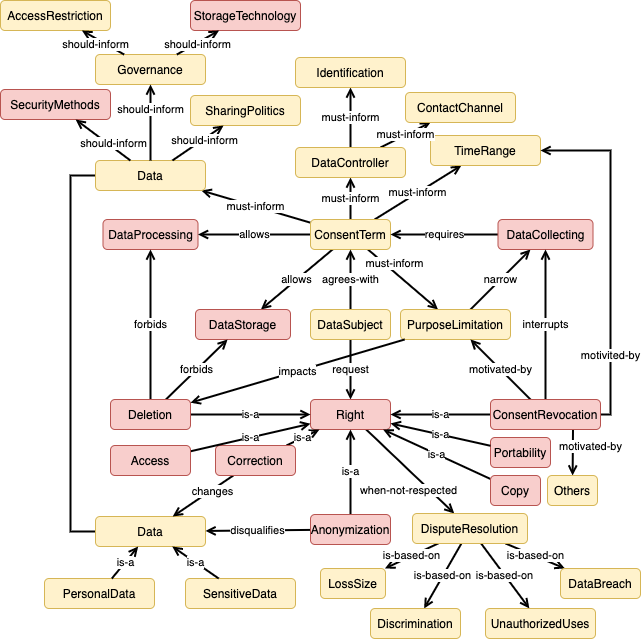
Earlier version of the draw.io export img/InconsistentBehaviorImpact.png (phalves/GoDReP). Source tidied: cells renumbered, new cells last; positions are measured from the earlier drawing's top-left corner, leaving out a move shared by most shapes.
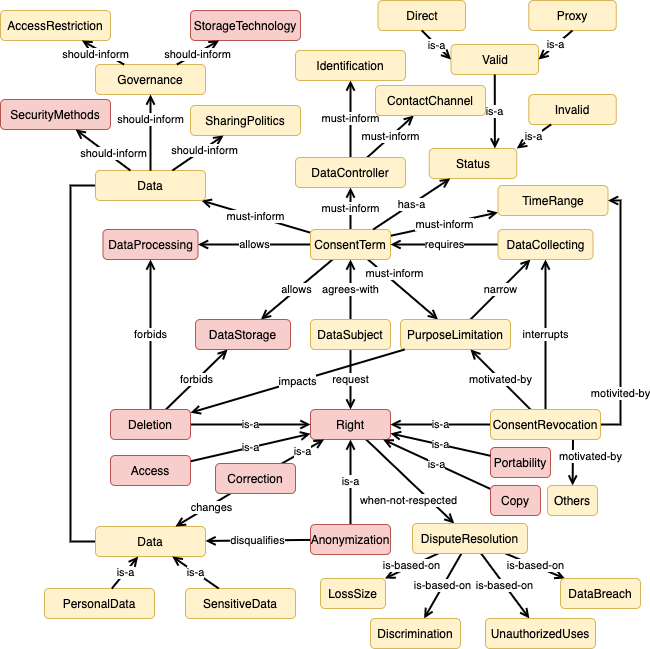
The same file after the commit.

Commit message:
Updating the scenario impact images

Diff of the diagram source:
```diff
@@ -33,7 +33,7 @@
       <mxGeometry x="400" y="309" width="110" height="30" as="geometry" />
     </mxCell>
     <mxCell id="12" value="TimeRange" style="rounded=1;whiteSpace=wrap;html=1;fillColor=#fff2cc;strokeColor=#d6b656;" parent="1" vertex="1">
-      <mxGeometry x="430" y="135" width="110" height="30" as="geometry" />
+      <mxGeometry x="497.5" y="175" width="110" height="30" as="geometry" />
     </mxCell>
     <mxCell id="13" value="must-inform" style="edgeStyle=none;rounded=0;jettySize=auto;html=1;endArrow=open;endFill=0;strokeWidth=2;" parent="1" edge="1" source="15" target="19">
       <mxGeometry relative="1" as="geometry" />
@@ -59,10 +59,10 @@
       <mxGeometry relative="1" as="geometry" />
     </mxCell>
     <mxCell id="19" value="Identification" style="rounded=1;whiteSpace=wrap;html=1;fillColor=#fff2cc;strokeColor=#d6b656;" parent="1" vertex="1">
-      <mxGeometry x="295" y="57" width="110" height="30" as="geometry" />
+      <mxGeometry x="295" y="40" width="110" height="30" as="geometry" />
     </mxCell>
     <mxCell id="20" value="ContactChannel" style="rounded=1;whiteSpace=wrap;html=1;fillColor=#fff2cc;strokeColor=#d6b656;" parent="1" vertex="1">
-      <mxGeometry x="405" y="92" width="110" height="30" as="geometry" />
+      <mxGeometry x="375" y="75" width="110" height="30" as="geometry" />
     </mxCell>
     <mxCell id="21" value="Data" style="rounded=1;whiteSpace=wrap;html=1;fillColor=#fff2cc;strokeColor=#d6b656;" parent="1" vertex="1">
       <mxGeometry x="95" y="516" width="110" height="30" as="geometry" />
@@ -85,7 +85,7 @@
     <mxCell id="27" value="requires" style="edgeStyle=none;rounded=0;jettySize=auto;html=1;endArrow=open;endFill=0;strokeWidth=2;" parent="1" edge="1" source="28" target="9">
       <mxGeometry relative="1" as="geometry" />
     </mxCell>
-    <mxCell id="28" value="DataCollecting" style="rounded=1;whiteSpace=wrap;html=1;fillColor=#f8cecc;strokeColor=#b85450;" parent="1" vertex="1">
+    <mxCell id="28" value="DataCollecting" style="rounded=1;whiteSpace=wrap;html=1;fillColor=#fff2cc;strokeColor=#d6b656;" parent="1" vertex="1">
       <mxGeometry x="497.5" y="219" width="95" height="30" as="geometry" />
     </mxCell>
     <mxCell id="29" value="DataStorage" style="rounded=1;whiteSpace=wrap;html=1;fillColor=#f8cecc;strokeColor=#b85450;" parent="1" vertex="1">
@@ -103,15 +103,15 @@
     <mxCell id="33" value="motivited-by" style="edgeStyle=none;rounded=0;jettySize=auto;html=1;endArrow=open;endFill=0;strokeWidth=2;" parent="1" edge="1" source="35" target="12">
       <mxGeometry x="-0.6" relative="1" as="geometry">
         <Array as="points">
-          <mxPoint x="610" y="414" />
-          <mxPoint x="610" y="150" />
+          <mxPoint x="620" y="414" />
+          <mxPoint x="620" y="190" />
         </Array>
       </mxGeometry>
     </mxCell>
     <mxCell id="34" value="motivated-by" style="edgeStyle=none;rounded=0;jettySize=auto;html=1;endArrow=open;endFill=0;strokeWidth=2;exitX=0.75;exitY=1;exitDx=0;exitDy=0;" parent="1" edge="1" source="35" target="60">
       <mxGeometry x="-0.26" y="18" relative="1" as="geometry" />
     </mxCell>
-    <mxCell id="35" value="ConsentRevocation" style="rounded=1;whiteSpace=wrap;html=1;fillColor=#f8cecc;strokeColor=#b85450;" parent="1" vertex="1">
+    <mxCell id="35" value="ConsentRevocation" style="rounded=1;whiteSpace=wrap;html=1;fillColor=#fff2cc;strokeColor=#d6b656;" parent="1" vertex="1">
       <mxGeometry x="490" y="399" width="110" height="30" as="geometry" />
     </mxCell>
     <mxCell id="36" value="disqualifies" style="edgeStyle=none;rounded=0;jettySize=auto;html=1;endArrow=open;endFill=0;strokeWidth=2;" parent="1" edge="1" source="38" target="21">
@@ -130,7 +130,7 @@
       <mxGeometry x="-0.29" y="2" relative="1" as="geometry" />
     </mxCell>
     <mxCell id="41" value="Correction" style="rounded=1;whiteSpace=wrap;html=1;fillColor=#f8cecc;strokeColor=#b85450;" parent="1" vertex="1">
-      <mxGeometry x="215" y="445" width="80" height="30" as="geometry" />
+      <mxGeometry x="215" y="453" width="80" height="30" as="geometry" />
     </mxCell>
     <mxCell id="42" value="is-a" style="edgeStyle=none;rounded=0;jettySize=auto;html=1;endArrow=open;endFill=0;strokeWidth=2;" parent="1" edge="1" source="45" target="26">
       <mxGeometry relative="1" as="geometry" />
@@ -240,5 +240,35 @@
     <mxCell id="77" value="impacts" style="edgeStyle=none;rounded=0;jettySize=auto;html=1;endArrow=open;endFill=0;strokeWidth=2;" parent="1" edge="1" source="11" target="45">
       <mxGeometry relative="1" as="geometry" />
     </mxCell>
+    <mxCell id="78" value="Status" style="rounded=1;whiteSpace=wrap;html=1;fillColor=#fff2cc;strokeColor=#d6b656;" parent="1" vertex="1">
+      <mxGeometry x="428.8" y="138" width="87.5" height="30" as="geometry" />
+    </mxCell>
+    <mxCell id="79" value="has-a" style="edgeStyle=none;rounded=0;jettySize=auto;html=1;endArrow=open;endFill=0;strokeWidth=2;" parent="1" edge="1" source="9" target="78">
+      <mxGeometry relative="1" as="geometry" />
+    </mxCell>
+    <mxCell id="80" value="Valid" style="rounded=1;whiteSpace=wrap;html=1;fillColor=#fff2cc;strokeColor=#d6b656;" parent="1" vertex="1">
+      <mxGeometry x="450.5" y="34" width="87.5" height="30" as="geometry" />
+    </mxCell>
+    <mxCell id="81" value="Invalid" style="rounded=1;whiteSpace=wrap;html=1;fillColor=#fff2cc;strokeColor=#d6b656;" parent="1" vertex="1">
+      <mxGeometry x="528.2" y="84" width="87.5" height="30" as="geometry" />
+    </mxCell>
+    <mxCell id="82" value="is-a" style="edgeStyle=none;rounded=0;jettySize=auto;html=1;endArrow=open;endFill=0;strokeWidth=2;entryX=0.75;entryY=0;entryDx=0;entryDy=0;" parent="1" edge="1" source="80" target="78">
+      <mxGeometry relative="1" as="geometry" />
+    </mxCell>
+    <mxCell id="83" value="is-a" style="edgeStyle=none;rounded=0;jettySize=auto;html=1;endArrow=open;endFill=0;strokeWidth=2;entryX=1;entryY=0;entryDx=0;entryDy=0;" parent="1" edge="1" source="81" target="78">
+      <mxGeometry relative="1" as="geometry" />
+    </mxCell>
+    <mxCell id="84" value="Direct" style="rounded=1;whiteSpace=wrap;html=1;fillColor=#fff2cc;strokeColor=#d6b656;" parent="1" vertex="1">
+      <mxGeometry x="377.5" y="-10" width="87.5" height="30" as="geometry" />
+    </mxCell>
+    <mxCell id="85" value="Proxy" style="rounded=1;whiteSpace=wrap;html=1;fillColor=#fff2cc;strokeColor=#d6b656;" parent="1" vertex="1">
+      <mxGeometry x="528.2" y="-10" width="87.5" height="30" as="geometry" />
+    </mxCell>
+    <mxCell id="86" value="is-a" style="edgeStyle=none;rounded=0;jettySize=auto;html=1;endArrow=open;endFill=0;strokeWidth=2;exitX=0.5;exitY=1;exitDx=0;exitDy=0;entryX=0;entryY=0.5;entryDx=0;entryDy=0;" parent="1" edge="1" source="84" target="80">
+      <mxGeometry relative="1" as="geometry" />
+    </mxCell>
+    <mxCell id="87" value="is-a" style="edgeStyle=none;rounded=0;jettySize=auto;html=1;endArrow=open;endFill=0;strokeWidth=2;exitX=0.5;exitY=1;exitDx=0;exitDy=0;entryX=1;entryY=0.5;entryDx=0;entryDy=0;" parent="1" edge="1" source="85" target="80">
+      <mxGeometry relative="1" as="geometry" />
+    </mxCell>
   </root>
 </mxGraphModel>
```
